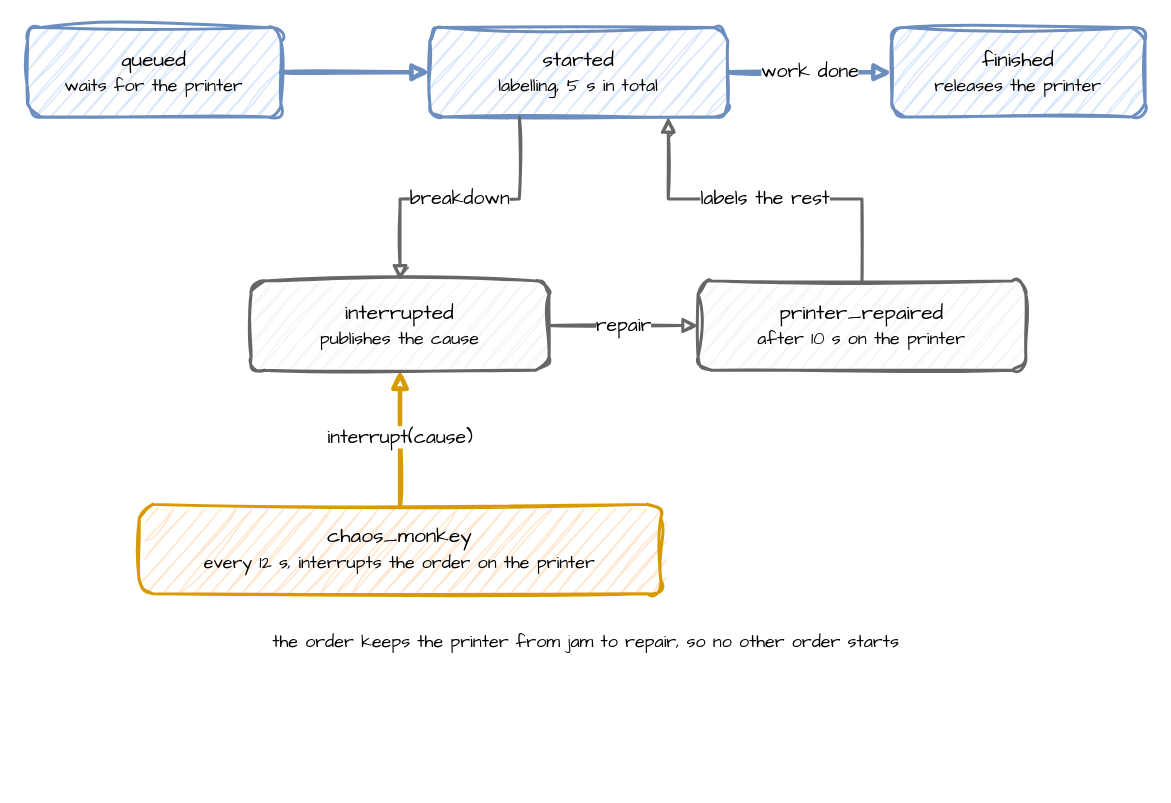
The draw.io diagram docs/assets/diagrams/breakdown-interrupt.drawio in jaehyeon-kim/desflow, before the edit. Source tidied: cells renumbered, new cells numbered last; positions are measured from the earlier drawing's top-left corner, leaving out a move shared by most shapes. Both pictures are drawn from the tidied source at 149%, with x=0, y=0 at pixel (27, 27).
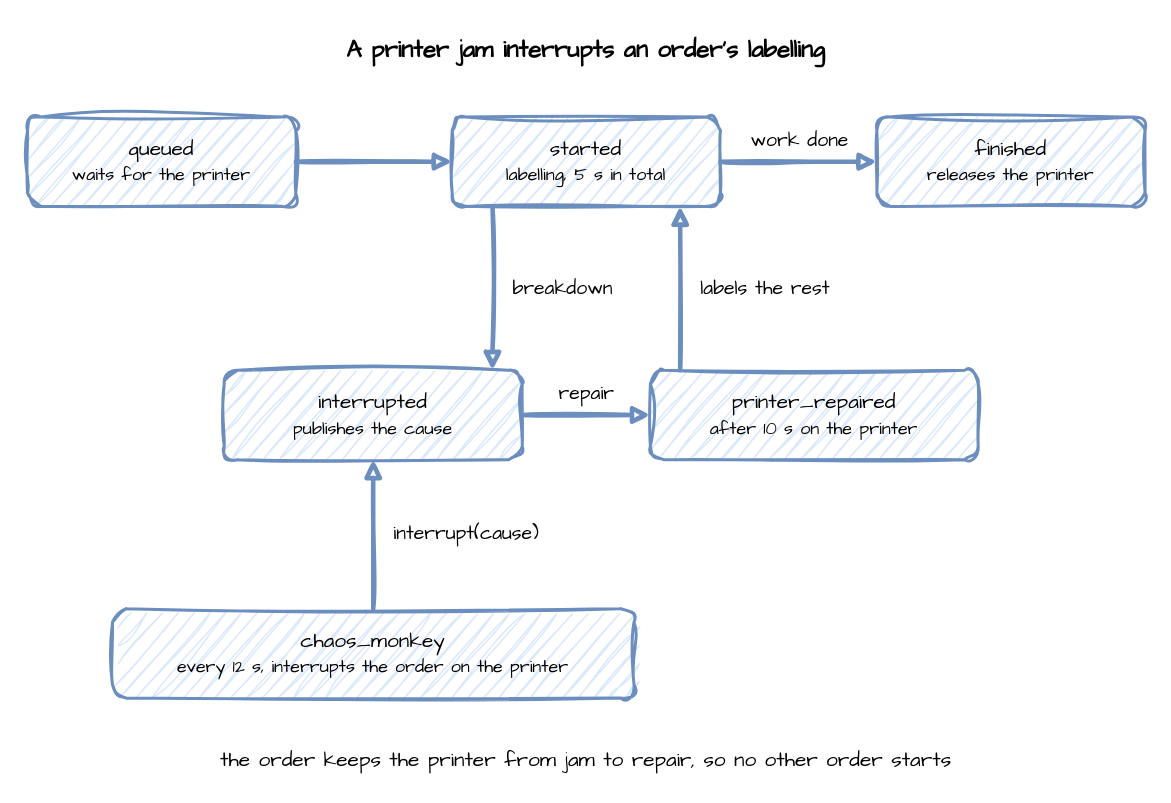
Above is the later version.

The edit, as a diff of the source:
```diff
@@
 <mxGraphModel>
   <root>
     <mxCell id="0" />
     <mxCell id="1" parent="0" />
+    <mxCell id="15" value="A printer jam interrupts an order's labelling" style="text;html=1;align=center;verticalAlign=middle;whiteSpace=wrap;fontFamily=Comic Sans MS;fontSize=16;fontStyle=1;" parent="1" vertex="1">
+      <mxGeometry width="750" height="30" as="geometry" />
+    </mxCell>
     <mxCell id="2" value="queued&lt;br&gt;&lt;font style='font-size:12px'&gt;waits for the printer&lt;/font&gt;" style="rounded=1;whiteSpace=wrap;html=1;sketch=1;curveFitting=1;jiggle=2;fontFamily=Comic Sans MS;fontSize=14;fillColor=#dae8fc;strokeColor=#6c8ebf;strokeWidth=2;" parent="1" vertex="1">
-      <mxGeometry width="170" height="60" as="geometry" />
+      <mxGeometry y="60" width="180" height="60" as="geometry" />
     </mxCell>
     <mxCell id="3" value="started&lt;br&gt;&lt;font style='font-size:12px'&gt;labelling, 5 s in total&lt;/font&gt;" style="rounded=1;whiteSpace=wrap;html=1;sketch=1;curveFitting=1;jiggle=2;fontFamily=Comic Sans MS;fontSize=14;fillColor=#dae8fc;strokeColor=#6c8ebf;strokeWidth=2;" parent="1" vertex="1">
-      <mxGeometry x="270" width="200" height="60" as="geometry" />
+      <mxGeometry x="285" y="60" width="180" height="60" as="geometry" />
     </mxCell>
     <mxCell id="4" value="finished&lt;br&gt;&lt;font style='font-size:12px'&gt;releases the printer&lt;/font&gt;" style="rounded=1;whiteSpace=wrap;html=1;sketch=1;curveFitting=1;jiggle=2;fontFamily=Comic Sans MS;fontSize=14;fillColor=#dae8fc;strokeColor=#6c8ebf;strokeWidth=2;" parent="1" vertex="1">
-      <mxGeometry x="580" width="170" height="60" as="geometry" />
+      <mxGeometry x="570" y="60" width="180" height="60" as="geometry" />
     </mxCell>
-    <mxCell id="5" style="edgeStyle=orthogonalEdgeStyle;rounded=0;sketch=1;html=1;strokeWidth=3;endArrow=block;strokeColor=#6c8ebf;fontFamily=Comic Sans MS;fontSize=13;labelBackgroundColor=#ffffff;exitX=1;exitY=0.5;exitDx=0;exitDy=0;entryX=0;entryY=0.5;entryDx=0;entryDy=0;" parent="1" edge="1" source="2" target="3">
+    <mxCell id="5" style="edgeStyle=orthogonalEdgeStyle;rounded=0;sketch=1;html=1;strokeWidth=3;endArrow=block;fontFamily=Comic Sans MS;fontSize=13;labelBackgroundColor=#ffffff;strokeColor=#6c8ebf;exitX=1;exitY=0.5;exitDx=0;exitDy=0;entryX=0;entryY=0.5;entryDx=0;entryDy=0;" parent="1" edge="1" source="2" target="3">
       <mxGeometry relative="1" as="geometry" />
     </mxCell>
-    <mxCell id="6" value="work done" style="edgeStyle=orthogonalEdgeStyle;rounded=0;sketch=1;html=1;strokeWidth=3;endArrow=block;strokeColor=#6c8ebf;fontFamily=Comic Sans MS;fontSize=13;labelBackgroundColor=#ffffff;exitX=1;exitY=0.5;exitDx=0;exitDy=0;entryX=0;entryY=0.5;entryDx=0;entryDy=0;" parent="1" edge="1" source="3" target="4">
-      <mxGeometry relative="1" as="geometry" />
+    <mxCell id="6" value="work done" style="edgeStyle=orthogonalEdgeStyle;rounded=0;sketch=1;html=1;strokeWidth=3;endArrow=block;fontFamily=Comic Sans MS;fontSize=13;labelBackgroundColor=#ffffff;strokeColor=#6c8ebf;exitX=1;exitY=0.5;exitDx=0;exitDy=0;entryX=0;entryY=0.5;entryDx=0;entryDy=0;" parent="1" edge="1" source="3" target="4">
+      <mxGeometry relative="1" as="geometry">
+        <mxPoint y="-14" as="offset" />
+      </mxGeometry>
     </mxCell>
-    <mxCell id="7" value="interrupted&lt;br&gt;&lt;font style='font-size:12px'&gt;publishes the cause&lt;/font&gt;" style="rounded=1;whiteSpace=wrap;html=1;sketch=1;curveFitting=1;jiggle=2;fontFamily=Comic Sans MS;fontSize=14;fillColor=#f5f5f5;strokeColor=#666666;strokeWidth=2;" parent="1" vertex="1">
-      <mxGeometry x="150" y="170" width="200" height="60" as="geometry" />
+    <mxCell id="7" value="interrupted&lt;br&gt;&lt;font style='font-size:12px'&gt;publishes the cause&lt;/font&gt;" style="rounded=1;whiteSpace=wrap;html=1;sketch=1;curveFitting=1;jiggle=2;fontFamily=Comic Sans MS;fontSize=14;fillColor=#dae8fc;strokeColor=#6c8ebf;strokeWidth=2;" parent="1" vertex="1">
+      <mxGeometry x="132" y="230" width="200" height="60" as="geometry" />
     </mxCell>
-    <mxCell id="8" value="printer_repaired&lt;br&gt;&lt;font style='font-size:12px'&gt;after 10 s on the printer&lt;/font&gt;" style="rounded=1;whiteSpace=wrap;html=1;sketch=1;curveFitting=1;jiggle=2;fontFamily=Comic Sans MS;fontSize=14;fillColor=#f5f5f5;strokeColor=#666666;strokeWidth=2;" parent="1" vertex="1">
-      <mxGeometry x="450" y="170" width="220" height="60" as="geometry" />
+    <mxCell id="8" value="printer_repaired&lt;br&gt;&lt;font style='font-size:12px'&gt;after 10 s on the printer&lt;/font&gt;" style="rounded=1;whiteSpace=wrap;html=1;sketch=1;curveFitting=1;jiggle=2;fontFamily=Comic Sans MS;fontSize=14;fillColor=#dae8fc;strokeColor=#6c8ebf;strokeWidth=2;" parent="1" vertex="1">
+      <mxGeometry x="418" y="230" width="220" height="60" as="geometry" />
     </mxCell>
-    <mxCell id="9" value="breakdown" style="edgeStyle=orthogonalEdgeStyle;rounded=0;sketch=1;html=1;strokeWidth=2;endArrow=block;strokeColor=#666666;fontFamily=Comic Sans MS;fontSize=13;labelBackgroundColor=#ffffff;exitX=0.3;exitY=1;exitDx=0;exitDy=0;entryX=0.5;entryY=0;entryDx=0;entryDy=0;" parent="1" edge="1" source="3" target="7">
-      <mxGeometry relative="1" as="geometry" />
+    <mxCell id="9" value="breakdown" style="edgeStyle=orthogonalEdgeStyle;rounded=0;sketch=1;html=1;strokeWidth=3;endArrow=block;fontFamily=Comic Sans MS;fontSize=13;labelBackgroundColor=#ffffff;strokeColor=#6c8ebf;exitX=0.15;exitY=1;exitDx=0;exitDy=0;entryX=0.9;entryY=0;entryDx=0;entryDy=0;align=left;" parent="1" edge="1" source="3" target="7">
+      <mxGeometry relative="1" as="geometry">
+        <mxPoint x="12" as="offset" />
+      </mxGeometry>
     </mxCell>
-    <mxCell id="10" value="repair" style="edgeStyle=orthogonalEdgeStyle;rounded=0;sketch=1;html=1;strokeWidth=2;endArrow=block;strokeColor=#666666;fontFamily=Comic Sans MS;fontSize=13;labelBackgroundColor=#ffffff;exitX=1;exitY=0.5;exitDx=0;exitDy=0;entryX=0;entryY=0.5;entryDx=0;entryDy=0;" parent="1" edge="1" source="7" target="8">
-      <mxGeometry relative="1" as="geometry" />
+    <mxCell id="10" value="repair" style="edgeStyle=orthogonalEdgeStyle;rounded=0;sketch=1;html=1;strokeWidth=3;endArrow=block;fontFamily=Comic Sans MS;fontSize=13;labelBackgroundColor=#ffffff;strokeColor=#6c8ebf;exitX=1;exitY=0.5;exitDx=0;exitDy=0;entryX=0;entryY=0.5;entryDx=0;entryDy=0;" parent="1" edge="1" source="7" target="8">
+      <mxGeometry relative="1" as="geometry">
+        <mxPoint y="-14" as="offset" />
+      </mxGeometry>
     </mxCell>
-    <mxCell id="11" value="labels the rest" style="edgeStyle=orthogonalEdgeStyle;rounded=0;sketch=1;html=1;strokeWidth=2;endArrow=block;strokeColor=#666666;fontFamily=Comic Sans MS;fontSize=13;labelBackgroundColor=#ffffff;exitX=0.5;exitY=0;exitDx=0;exitDy=0;entryX=0.8;entryY=1;entryDx=0;entryDy=0;" parent="1" edge="1" source="8" target="3">
-      <mxGeometry relative="1" as="geometry" />
+    <mxCell id="11" value="labels the rest" style="edgeStyle=orthogonalEdgeStyle;rounded=0;sketch=1;html=1;strokeWidth=3;endArrow=block;fontFamily=Comic Sans MS;fontSize=13;labelBackgroundColor=#ffffff;strokeColor=#6c8ebf;exitX=0.0909;exitY=0;exitDx=0;exitDy=0;entryX=0.85;entryY=1;entryDx=0;entryDy=0;align=left;" parent="1" edge="1" source="8" target="3">
+      <mxGeometry relative="1" as="geometry">
+        <mxPoint x="12" as="offset" />
+      </mxGeometry>
     </mxCell>
-    <mxCell id="12" value="chaos_monkey&lt;br&gt;&lt;font style='font-size:12px'&gt;every 12 s, interrupts the order on the printer&lt;/font&gt;" style="rounded=1;whiteSpace=wrap;html=1;sketch=1;curveFitting=1;jiggle=2;fontFamily=Comic Sans MS;fontSize=14;fillColor=#ffe6cc;strokeColor=#d79b00;strokeWidth=2;" parent="1" vertex="1">
-      <mxGeometry x="75" y="320" width="350" height="60" as="geometry" />
+    <mxCell id="12" value="chaos_monkey&lt;br&gt;&lt;font style='font-size:12px'&gt;every 12 s, interrupts the order on the printer&lt;/font&gt;" style="rounded=1;whiteSpace=wrap;html=1;sketch=1;curveFitting=1;jiggle=2;fontFamily=Comic Sans MS;fontSize=14;fillColor=#dae8fc;strokeColor=#6c8ebf;strokeWidth=2;" parent="1" vertex="1">
+      <mxGeometry x="57" y="390" width="350" height="60" as="geometry" />
     </mxCell>
-    <mxCell id="13" value="interrupt(cause)" style="edgeStyle=orthogonalEdgeStyle;rounded=0;sketch=1;html=1;strokeWidth=3;endArrow=block;strokeColor=#d79b00;fontFamily=Comic Sans MS;fontSize=13;labelBackgroundColor=#ffffff;exitX=0.5;exitY=0;exitDx=0;exitDy=0;entryX=0.5;entryY=1;entryDx=0;entryDy=0;" parent="1" edge="1" source="12" target="7">
-      <mxGeometry relative="1" as="geometry" />
+    <mxCell id="13" value="interrupt(cause)" style="edgeStyle=orthogonalEdgeStyle;rounded=0;sketch=1;html=1;strokeWidth=3;endArrow=block;fontFamily=Comic Sans MS;fontSize=13;labelBackgroundColor=#ffffff;strokeColor=#6c8ebf;exitX=0.5;exitY=0;exitDx=0;exitDy=0;entryX=0.5;entryY=1;entryDx=0;entryDy=0;align=left;" parent="1" edge="1" source="12" target="7">
+      <mxGeometry relative="1" as="geometry">
+        <mxPoint x="12" as="offset" />
+      </mxGeometry>
     </mxCell>
-    <mxCell id="14" value="&lt;font style='font-size:12px'&gt;the order keeps the printer from jam to repair, so no other order starts&lt;/font&gt;" style="text;html=1;align=center;verticalAlign=middle;whiteSpace=wrap;html=1;sketch=1;curveFitting=1;jiggle=2;fontFamily=Comic Sans MS;fontSize=14;" parent="1" vertex="1">
-      <mxGeometry y="400" width="750" height="24" as="geometry" />
+    <mxCell id="14" value="the order keeps the printer from jam to repair, so no other order starts" style="text;html=1;align=center;verticalAlign=middle;whiteSpace=wrap;fontFamily=Comic Sans MS;fontSize=13;fontSize=14;" parent="1" vertex="1">
+      <mxGeometry y="480" width="750" height="24" as="geometry" />
     </mxCell>
   </root>
 </mxGraphModel>
```
